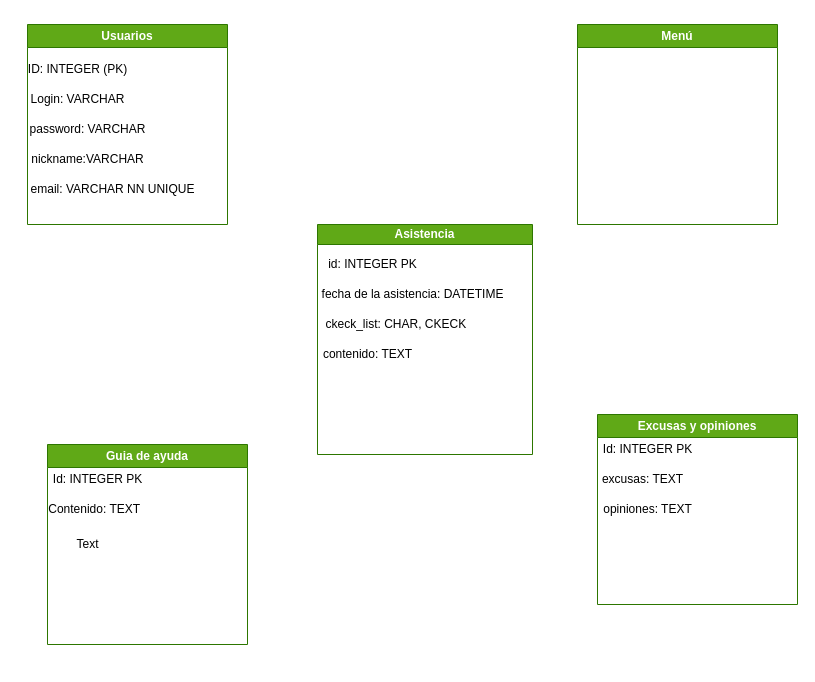
Earlier version of the draw.io diagram MER.drawio (MrLeeHub2006/TPS2311FM_MoyaMartin). Source tidied: cells renumbered, new cells numbered last; positions are measured from the earlier drawing's top-left corner, leaving out a move shared by most shapes. Both pictures are drawn from the tidied source at 100%, with x=0, y=0 at pixel (17, 24).
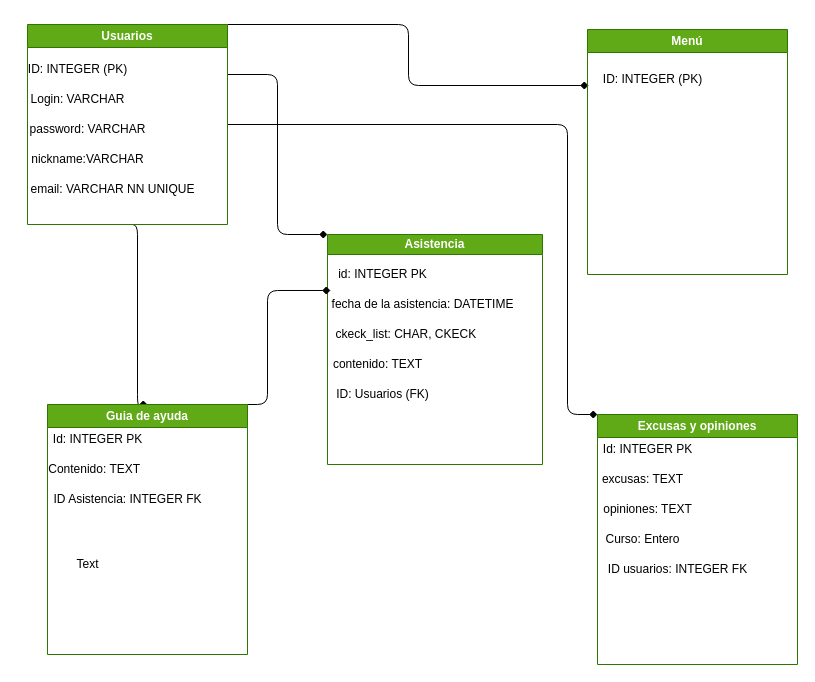
Above is the later version.

Commit message (it also covers changes not shown here):
aDELANTO MER

Unchanged cells that the change refers to:
```xml
<mxCell id="2" value="Usuarios" style="swimlane;whiteSpace=wrap;html=1;startSize=23;fillColor=#60a917;fontColor=#ffffff;strokeColor=#2D7600;" parent="1" vertex="1">
  <mxGeometry x="10" width="200" height="200" as="geometry" />
</mxCell>
<mxCell id="10" value="fecha de la asistencia: DATETIME" style="text;html=1;align=center;verticalAlign=middle;points=[];strokeColor=none;fillColor=none;" parent="8" vertex="1">
  <mxGeometry x="-10" y="55" width="210" height="30" as="geometry" />
</mxCell>
```

Change to the diagram source:
```diff
@@
+    <mxCell id="23" style="html=1;exitX=1;exitY=0.25;exitDx=0;exitDy=0;edgeStyle=elbowEdgeStyle;endArrow=diamond;endFill=1;entryX=0;entryY=0;entryDx=0;entryDy=0;" parent="1" edge="1" source="2" target="8">
+      <mxGeometry relative="1" as="geometry" />
+    </mxCell>
+    <mxCell id="24" style="edgeStyle=elbowEdgeStyle;html=1;exitX=0.5;exitY=1;exitDx=0;exitDy=0;entryX=0.5;entryY=0;entryDx=0;entryDy=0;endArrow=diamond;endFill=1;" parent="1" edge="1" source="2" target="18">
+      <mxGeometry relative="1" as="geometry" />
+    </mxCell>
+    <mxCell id="25" style="edgeStyle=elbowEdgeStyle;html=1;exitX=1;exitY=0;exitDx=0;exitDy=0;entryX=-0.033;entryY=0.7;entryDx=0;entryDy=0;endArrow=diamond;endFill=1;entryPerimeter=0;" parent="1" edge="1" source="2" target="31">
+      <mxGeometry relative="1" as="geometry" />
+    </mxCell>
+    <mxCell id="26" style="edgeStyle=elbowEdgeStyle;html=1;exitX=1;exitY=0.5;exitDx=0;exitDy=0;entryX=0;entryY=0;entryDx=0;entryDy=0;endArrow=diamond;endFill=1;" parent="1" edge="1" source="2" target="14">
+      <mxGeometry relative="1" as="geometry">
+        <Array as="points">
+          <mxPoint x="550" y="250" />
+        </Array>
+      </mxGeometry>
+    </mxCell>
@@
     <mxCell id="8" value="Asistencia" style="swimlane;whiteSpace=wrap;html=1;startSize=20;fillColor=#60a917;fontColor=#ffffff;strokeColor=#2D7600;" parent="1" vertex="1">
-      <mxGeometry x="300" y="200" width="215" height="230" as="geometry" />
+      <mxGeometry x="310" y="210" width="215" height="230" as="geometry" />
     </mxCell>
@@
+    <mxCell id="27" value="ID: Usuarios (FK)" style="text;html=1;align=center;verticalAlign=middle;strokeColor=none;fillColor=none;" parent="8" vertex="1">
+      <mxGeometry x="-5" y="145" width="120" height="30" as="geometry" />
+    </mxCell>
     <mxCell id="14" value="Excusas y opiniones" style="swimlane;whiteSpace=wrap;html=1;fillColor=#60a917;fontColor=#ffffff;strokeColor=#2D7600;" parent="1" vertex="1">
-      <mxGeometry x="580" y="390" width="200" height="190" as="geometry" />
+      <mxGeometry x="580" y="390" width="200" height="250" as="geometry" />
     </mxCell>
@@
+    <mxCell id="28" value="Curso: Entero" style="text;html=1;align=center;verticalAlign=middle;strokeColor=none;fillColor=none;" parent="14" vertex="1">
+      <mxGeometry x="-5" y="110" width="100" height="30" as="geometry" />
+    </mxCell>
+    <mxCell id="29" value="ID usuarios: INTEGER FK" style="text;html=1;align=center;verticalAlign=middle;strokeColor=none;fillColor=none;" parent="14" vertex="1">
+      <mxGeometry y="140" width="160" height="30" as="geometry" />
+    </mxCell>
+    <mxCell id="30" style="edgeStyle=elbowEdgeStyle;html=1;exitX=1;exitY=0;exitDx=0;exitDy=0;entryX=0.062;entryY=0.033;entryDx=0;entryDy=0;entryPerimeter=0;endArrow=diamond;endFill=1;" parent="1" edge="1" source="18" target="10">
+      <mxGeometry relative="1" as="geometry">
+        <Array as="points">
+          <mxPoint x="250" y="340" />
+        </Array>
+      </mxGeometry>
+    </mxCell>
     <mxCell id="18" value="Guia de ayuda" style="swimlane;whiteSpace=wrap;html=1;fillColor=#60a917;fontColor=#ffffff;strokeColor=#2D7600;" parent="1" vertex="1">
-      <mxGeometry x="30" y="420" width="200" height="200" as="geometry" />
+      <mxGeometry x="30" y="380" width="200" height="250" as="geometry" />
     </mxCell>
@@
-    <mxCell id="21" value="Text" style="text;html=1;align=center;verticalAlign=middle;strokeColor=none;fillColor=none;" parent="1" vertex="1">
-      <mxGeometry x="45" y="505" width="50" height="30" as="geometry" />
+    <mxCell id="21" value="ID Asistencia: INTEGER FK" style="text;html=1;align=center;verticalAlign=middle;strokeColor=none;fillColor=none;" parent="18" vertex="1">
+      <mxGeometry x="-5" y="80" width="170" height="30" as="geometry" />
     </mxCell>
     <mxCell id="22" value="Menú" style="swimlane;whiteSpace=wrap;html=1;fillColor=#60a917;fontColor=#ffffff;strokeColor=#2D7600;" parent="1" vertex="1">
-      <mxGeometry x="560" width="200" height="200" as="geometry" />
+      <mxGeometry x="570" y="5" width="200" height="245" as="geometry" />
     </mxCell>
+    <mxCell id="31" value="ID: INTEGER (PK)" style="text;html=1;align=center;verticalAlign=middle;points=[];strokeColor=none;fillColor=none;" parent="22" vertex="1">
+      <mxGeometry x="5" y="35" width="120" height="30" as="geometry" />
+    </mxCell>
+    <mxCell id="32" value="Text" style="text;html=1;align=center;verticalAlign=middle;strokeColor=none;fillColor=none;" parent="1" vertex="1">
+      <mxGeometry x="45" y="525" width="50" height="30" as="geometry" />
+    </mxCell>
```
